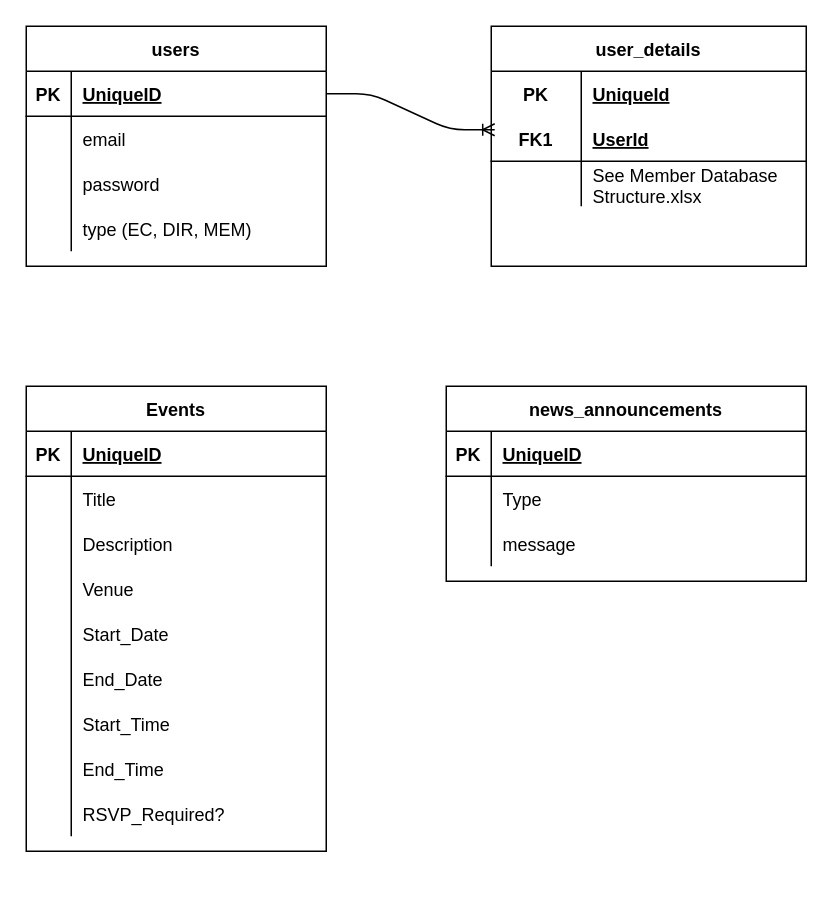
Before: JSOC_ERD.drawio in rahulshial/JSOC, a draw.io diagram. Source tidied: cells renumbered, new cells numbered last; positions are measured from the earlier drawing's top-left corner, leaving out a move shared by most shapes. Both pictures are drawn from the tidied source at 150%, with x=0, y=0 at pixel (26, 26).
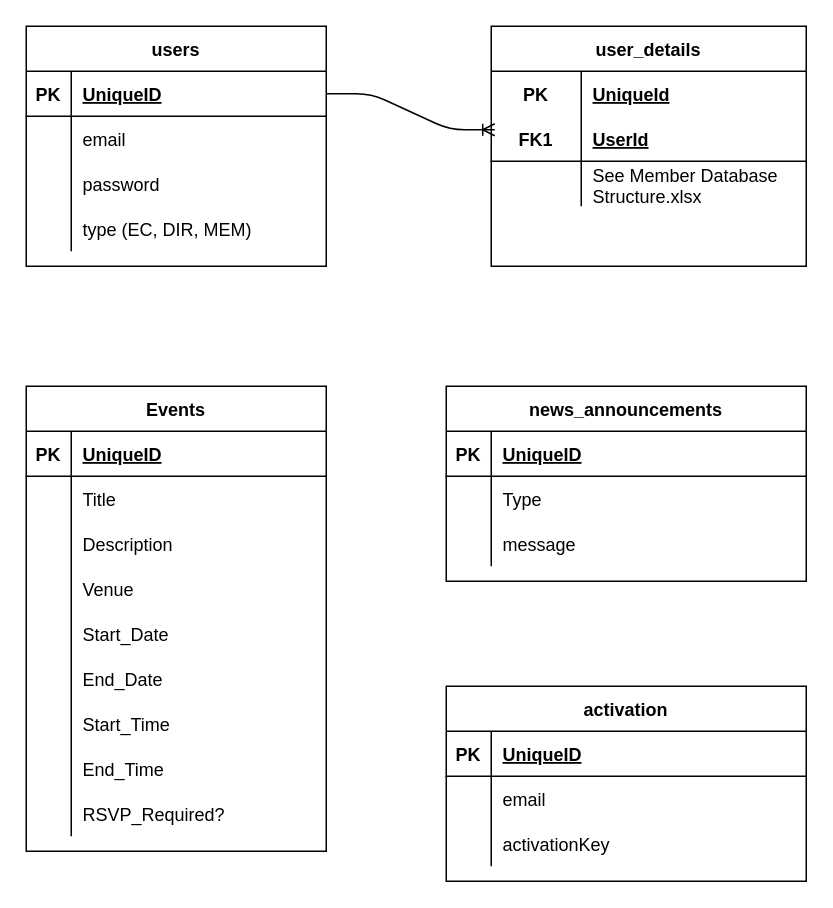
After the change.

Commit message (it also covers changes not shown here):
signup activation link email

Change to the diagram source:
```diff
@@
+    <mxCell id="64" value="activation" style="shape=table;startSize=30;childLayout=tableLayout;rowLines=0;fontStyle=1;align=center;" parent="1" vertex="1">
+      <mxGeometry x="280" y="440" width="240" height="130" as="geometry" />
+    </mxCell>
+    <mxCell id="65" style="shape=partialRectangle;fillColor=none;top=0;left=0;bottom=1;right=0;" parent="64" vertex="1">
+      <mxGeometry y="30" width="240" height="30" as="geometry" />
+    </mxCell>
+    <mxCell id="66" value="PK" style="shape=partialRectangle;fillColor=none;top=0;left=0;bottom=0;right=0;fontStyle=1;overflow=hidden;" parent="65" vertex="1">
+      <mxGeometry width="30" height="30" as="geometry" />
+    </mxCell>
+    <mxCell id="67" value="UniqueID" style="shape=partialRectangle;fillColor=none;top=0;left=0;bottom=0;right=0;align=left;spacingLeft=6;fontStyle=5;overflow=hidden;" parent="65" vertex="1">
+      <mxGeometry x="30" width="210" height="30" as="geometry" />
+    </mxCell>
+    <mxCell id="68" style="shape=partialRectangle;fillColor=none;top=0;left=0;bottom=0;right=0;" parent="64" vertex="1">
+      <mxGeometry y="60" width="240" height="30" as="geometry" />
+    </mxCell>
+    <mxCell id="69" style="shape=partialRectangle;fillColor=none;top=0;left=0;bottom=0;right=0;overflow=hidden;" parent="68" vertex="1">
+      <mxGeometry width="30" height="30" as="geometry" />
+    </mxCell>
+    <mxCell id="70" value="email" style="shape=partialRectangle;fillColor=none;top=0;left=0;bottom=0;right=0;align=left;spacingLeft=6;overflow=hidden;" parent="68" vertex="1">
+      <mxGeometry x="30" width="210" height="30" as="geometry" />
+    </mxCell>
+    <mxCell id="71" style="shape=partialRectangle;fillColor=none;top=0;left=0;bottom=0;right=0;" parent="64" vertex="1">
+      <mxGeometry y="90" width="240" height="30" as="geometry" />
+    </mxCell>
+    <mxCell id="72" style="shape=partialRectangle;fillColor=none;top=0;left=0;bottom=0;right=0;overflow=hidden;" parent="71" vertex="1">
+      <mxGeometry width="30" height="30" as="geometry" />
+    </mxCell>
+    <mxCell id="73" value="activationKey" style="shape=partialRectangle;fillColor=none;top=0;left=0;bottom=0;right=0;align=left;spacingLeft=6;overflow=hidden;" parent="71" vertex="1">
+      <mxGeometry x="30" width="210" height="30" as="geometry" />
+    </mxCell>
```
